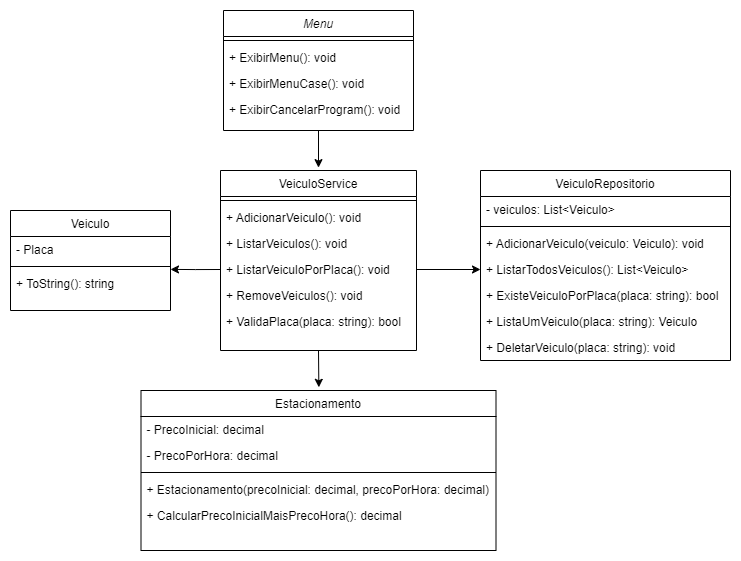
The draw.io diagram image/diagramaClasse.drawio.png in digitalinnovationone/trilha-net-fundamentos-desafio, before a commit. Source tidied: cells renumbered, new cells last; positions are measured from the earlier drawing's top-left corner, leaving out a move shared by most shapes. Source of this version:
```xml
<mxGraphModel>
  <root>
    <mxCell id="0" />
    <mxCell id="1" parent="0" />
    <mxCell id="2" value="Menu" style="swimlane;fontStyle=2;align=center;verticalAlign=top;horizontal=1;startSize=26;rounded=0;shadow=0;strokeWidth=1;" parent="1" vertex="1">
      <mxGeometry x="213" width="190" height="120" as="geometry" />
    </mxCell>
    <mxCell id="3" style="line;html=1;strokeWidth=1;align=left;verticalAlign=middle;spacingTop=-1;spacingLeft=3;spacingRight=3;labelPosition=right;" parent="2" vertex="1">
      <mxGeometry y="26" width="190" height="8" as="geometry" />
    </mxCell>
    <mxCell id="4" value="+ ExibirMenu(): void" style="text;align=left;verticalAlign=top;spacingLeft=4;spacingRight=4;overflow=hidden;" parent="2" vertex="1">
      <mxGeometry y="34" width="190" height="26" as="geometry" />
    </mxCell>
    <mxCell id="5" value="+ ExibirMenuCase(): void" style="text;align=left;verticalAlign=top;spacingLeft=4;spacingRight=4;overflow=hidden;" parent="2" vertex="1">
      <mxGeometry y="60" width="190" height="26" as="geometry" />
    </mxCell>
    <mxCell id="6" value="+ ExibirCancelarProgram(): void" style="text;align=left;verticalAlign=top;spacingLeft=4;spacingRight=4;overflow=hidden;" parent="2" vertex="1">
      <mxGeometry y="86" width="190" height="26" as="geometry" />
    </mxCell>
    <mxCell id="7" value="Veiculo" style="swimlane;fontStyle=0;align=center;verticalAlign=top;horizontal=1;startSize=26;rounded=0;shadow=0;strokeWidth=1;" parent="1" vertex="1">
      <mxGeometry y="200" width="160" height="100" as="geometry" />
    </mxCell>
    <mxCell id="8" value="- Placa" style="text;align=left;verticalAlign=top;spacingLeft=4;spacingRight=4;overflow=hidden;" parent="7" vertex="1">
      <mxGeometry y="26" width="160" height="26" as="geometry" />
    </mxCell>
    <mxCell id="9" style="line;html=1;strokeWidth=1;align=left;verticalAlign=middle;spacingTop=-1;spacingLeft=3;spacingRight=3;labelPosition=right;points=[];portConstraint=eastwest;" parent="7" vertex="1">
      <mxGeometry y="52" width="160" height="8" as="geometry" />
    </mxCell>
    <mxCell id="10" value="+ ToString(): string" style="text;align=left;verticalAlign=top;spacingLeft=4;spacingRight=4;overflow=hidden;" parent="7" vertex="1">
      <mxGeometry y="60" width="160" height="26" as="geometry" />
    </mxCell>
    <mxCell id="11" value="VeiculoRepositorio" style="swimlane;fontStyle=0;align=center;verticalAlign=top;horizontal=1;startSize=26;rounded=0;shadow=0;strokeWidth=1;" parent="1" vertex="1">
      <mxGeometry x="470" y="160" width="250" height="190" as="geometry" />
    </mxCell>
    <mxCell id="12" value=" - veiculos: List&lt;Veiculo&gt;" style="text;align=left;verticalAlign=top;spacingLeft=4;spacingRight=4;overflow=hidden;" parent="11" vertex="1">
      <mxGeometry y="26" width="250" height="26" as="geometry" />
    </mxCell>
    <mxCell id="13" style="line;html=1;strokeWidth=1;align=left;verticalAlign=middle;spacingTop=-1;spacingLeft=3;spacingRight=3;labelPosition=right;" parent="11" vertex="1">
      <mxGeometry y="52" width="250" height="8" as="geometry" />
    </mxCell>
    <mxCell id="14" value="+ AdicionarVeiculo(veiculo: Veiculo): void" style="text;align=left;verticalAlign=top;spacingLeft=4;spacingRight=4;overflow=hidden;" parent="11" vertex="1">
      <mxGeometry y="60" width="250" height="26" as="geometry" />
    </mxCell>
    <mxCell id="15" value="+ ListarTodosVeiculos(): List&lt;Veiculo&gt;" style="text;align=left;verticalAlign=top;spacingLeft=4;spacingRight=4;overflow=hidden;points=[[0,0.5],[1,0.5]];portConstraint=eastwest;" parent="11" vertex="1">
      <mxGeometry y="86" width="250" height="26" as="geometry" />
    </mxCell>
    <mxCell id="16" value="+ ExisteVeiculoPorPlaca(placa: string): bool" style="text;align=left;verticalAlign=top;spacingLeft=4;spacingRight=4;overflow=hidden;" parent="11" vertex="1">
      <mxGeometry y="112" width="250" height="26" as="geometry" />
    </mxCell>
    <mxCell id="17" value="+ ListaUmVeiculo(placa: string): Veiculo" style="text;align=left;verticalAlign=top;spacingLeft=4;spacingRight=4;overflow=hidden;" parent="11" vertex="1">
      <mxGeometry y="138" width="250" height="26" as="geometry" />
    </mxCell>
    <mxCell id="18" value="+ DeletarVeiculo(placa: string): void" style="text;align=left;verticalAlign=top;spacingLeft=4;spacingRight=4;overflow=hidden;" parent="11" vertex="1">
      <mxGeometry y="164" width="250" height="26" as="geometry" />
    </mxCell>
    <mxCell id="19" value="VeiculoService" style="swimlane;fontStyle=0;align=center;verticalAlign=top;horizontal=1;startSize=26;rounded=0;shadow=0;strokeWidth=1;" parent="1" vertex="1">
      <mxGeometry x="210" y="160" width="196" height="180" as="geometry" />
    </mxCell>
    <mxCell id="20" style="line;html=1;strokeWidth=1;align=left;verticalAlign=middle;spacingTop=-1;spacingLeft=3;spacingRight=3;labelPosition=right;" parent="19" vertex="1">
      <mxGeometry y="26" width="196" height="8" as="geometry" />
    </mxCell>
    <mxCell id="21" value="+ AdicionarVeiculo(): void" style="text;align=left;verticalAlign=top;spacingLeft=4;spacingRight=4;overflow=hidden;" parent="19" vertex="1">
      <mxGeometry y="34" width="196" height="26" as="geometry" />
    </mxCell>
    <mxCell id="22" value="+ ListarVeiculos(): void" style="text;align=left;verticalAlign=top;spacingLeft=4;spacingRight=4;overflow=hidden;" parent="19" vertex="1">
      <mxGeometry y="60" width="196" height="26" as="geometry" />
    </mxCell>
    <mxCell id="23" value="+ ListarVeiculoPorPlaca(): void" style="text;align=left;verticalAlign=top;spacingLeft=4;spacingRight=4;overflow=hidden;points=[[0,0.5],[1,0.5]];portConstraint=eastwest;" parent="19" vertex="1">
      <mxGeometry y="86" width="196" height="26" as="geometry" />
    </mxCell>
    <mxCell id="24" value="+ RemoveVeiculos(): void" style="text;align=left;verticalAlign=top;spacingLeft=4;spacingRight=4;overflow=hidden;" parent="19" vertex="1">
      <mxGeometry y="112" width="196" height="26" as="geometry" />
    </mxCell>
    <mxCell id="25" value="+ ValidaPlaca(placa: string): bool" style="text;align=left;verticalAlign=top;spacingLeft=4;spacingRight=4;overflow=hidden;" parent="19" vertex="1">
      <mxGeometry y="138" width="196" height="26" as="geometry" />
    </mxCell>
    <mxCell id="26" value="Estacionamento" style="swimlane;fontStyle=0;align=center;verticalAlign=top;horizontal=1;startSize=26;rounded=0;shadow=0;strokeWidth=1;" parent="1" vertex="1">
      <mxGeometry x="130.5" y="380" width="355" height="160" as="geometry" />
    </mxCell>
    <mxCell id="27" value="- PrecoInicial: decimal" style="text;align=left;verticalAlign=top;spacingLeft=4;spacingRight=4;overflow=hidden;" parent="26" vertex="1">
      <mxGeometry y="26" width="355" height="26" as="geometry" />
    </mxCell>
    <mxCell id="28" value="- PrecoPorHora: decimal" style="text;align=left;verticalAlign=top;spacingLeft=4;spacingRight=4;overflow=hidden;rounded=0;shadow=0;html=0;" parent="26" vertex="1">
      <mxGeometry y="52" width="355" height="26" as="geometry" />
    </mxCell>
    <mxCell id="29" style="line;html=1;strokeWidth=1;align=left;verticalAlign=middle;spacingTop=-1;spacingLeft=3;spacingRight=3;labelPosition=right;" parent="26" vertex="1">
      <mxGeometry y="78" width="355" height="8" as="geometry" />
    </mxCell>
    <mxCell id="30" value="+ Estacionamento(precoInicial: decimal, precoPorHora: decimal)" style="text;align=left;verticalAlign=top;spacingLeft=4;spacingRight=4;overflow=hidden;" parent="26" vertex="1">
      <mxGeometry y="86" width="355" height="26" as="geometry" />
    </mxCell>
    <mxCell id="31" value="+ CalcularPrecoInicialMaisPrecoHora(): decimal " style="text;align=left;verticalAlign=top;spacingLeft=4;spacingRight=4;overflow=hidden;" parent="26" vertex="1">
      <mxGeometry y="112" width="355" height="26" as="geometry" />
    </mxCell>
    <mxCell id="32" style="edgeStyle=orthogonalEdgeStyle;rounded=0;jettySize=auto;html=1;exitX=0.5;exitY=1;exitDx=0;exitDy=0;entryX=0.5;entryY=-0.016;entryDx=0;entryDy=0;entryPerimeter=0;" parent="1" edge="1" source="2" target="19">
      <mxGeometry relative="1" as="geometry" />
    </mxCell>
    <mxCell id="33" style="edgeStyle=orthogonalEdgeStyle;rounded=0;jettySize=auto;html=1;exitX=0;exitY=0.5;exitDx=0;exitDy=0;entryX=1;entryY=0.864;entryDx=0;entryDy=0;entryPerimeter=0;" parent="1" edge="1" source="23" target="9">
      <mxGeometry relative="1" as="geometry" />
    </mxCell>
    <mxCell id="34" style="edgeStyle=orthogonalEdgeStyle;rounded=0;jettySize=auto;html=1;exitX=0.5;exitY=1;exitDx=0;exitDy=0;entryX=0.501;entryY=-0.02;entryDx=0;entryDy=0;entryPerimeter=0;" parent="1" edge="1" source="19" target="26">
      <mxGeometry relative="1" as="geometry" />
    </mxCell>
    <mxCell id="35" style="edgeStyle=orthogonalEdgeStyle;rounded=0;jettySize=auto;html=1;exitX=1;exitY=0.5;exitDx=0;exitDy=0;entryX=0;entryY=0.5;entryDx=0;entryDy=0;" parent="1" edge="1" source="23" target="15">
      <mxGeometry relative="1" as="geometry" />
    </mxCell>
  </root>
</mxGraphModel>
```
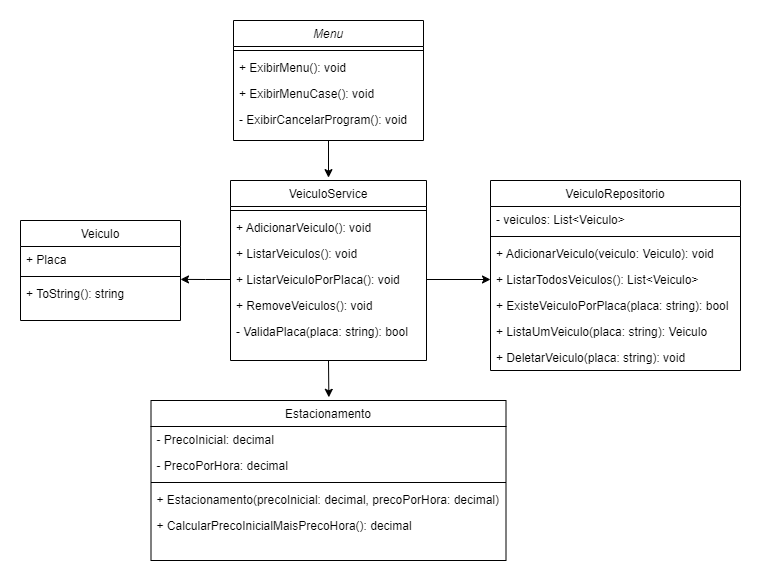
The same diagram one commit later.

Change to the diagram source:
```diff
@@ -14,13 +14,13 @@
     <mxCell id="5" value="+ ExibirMenuCase(): void" style="text;align=left;verticalAlign=top;spacingLeft=4;spacingRight=4;overflow=hidden;" parent="2" vertex="1">
       <mxGeometry y="60" width="190" height="26" as="geometry" />
     </mxCell>
-    <mxCell id="6" value="+ ExibirCancelarProgram(): void" style="text;align=left;verticalAlign=top;spacingLeft=4;spacingRight=4;overflow=hidden;" parent="2" vertex="1">
+    <mxCell id="6" value="- ExibirCancelarProgram(): void" style="text;align=left;verticalAlign=top;spacingLeft=4;spacingRight=4;overflow=hidden;" parent="2" vertex="1">
       <mxGeometry y="86" width="190" height="26" as="geometry" />
     </mxCell>
     <mxCell id="7" value="Veiculo" style="swimlane;fontStyle=0;align=center;verticalAlign=top;horizontal=1;startSize=26;rounded=0;shadow=0;strokeWidth=1;" parent="1" vertex="1">
       <mxGeometry y="200" width="160" height="100" as="geometry" />
     </mxCell>
-    <mxCell id="8" value="- Placa" style="text;align=left;verticalAlign=top;spacingLeft=4;spacingRight=4;overflow=hidden;" parent="7" vertex="1">
+    <mxCell id="8" value="+ Placa" style="text;align=left;verticalAlign=top;spacingLeft=4;spacingRight=4;overflow=hidden;" parent="7" vertex="1">
       <mxGeometry y="26" width="160" height="26" as="geometry" />
     </mxCell>
     <mxCell id="9" style="line;html=1;strokeWidth=1;align=left;verticalAlign=middle;spacingTop=-1;spacingLeft=3;spacingRight=3;labelPosition=right;points=[];portConstraint=eastwest;" parent="7" vertex="1">
@@ -71,7 +71,7 @@
     <mxCell id="24" value="+ RemoveVeiculos(): void" style="text;align=left;verticalAlign=top;spacingLeft=4;spacingRight=4;overflow=hidden;" parent="19" vertex="1">
       <mxGeometry y="112" width="196" height="26" as="geometry" />
     </mxCell>
-    <mxCell id="25" value="+ ValidaPlaca(placa: string): bool" style="text;align=left;verticalAlign=top;spacingLeft=4;spacingRight=4;overflow=hidden;" parent="19" vertex="1">
+    <mxCell id="25" value="- ValidaPlaca(placa: string): bool" style="text;align=left;verticalAlign=top;spacingLeft=4;spacingRight=4;overflow=hidden;" parent="19" vertex="1">
       <mxGeometry y="138" width="196" height="26" as="geometry" />
     </mxCell>
     <mxCell id="26" value="Estacionamento" style="swimlane;fontStyle=0;align=center;verticalAlign=top;horizontal=1;startSize=26;rounded=0;shadow=0;strokeWidth=1;" parent="1" vertex="1">
```
